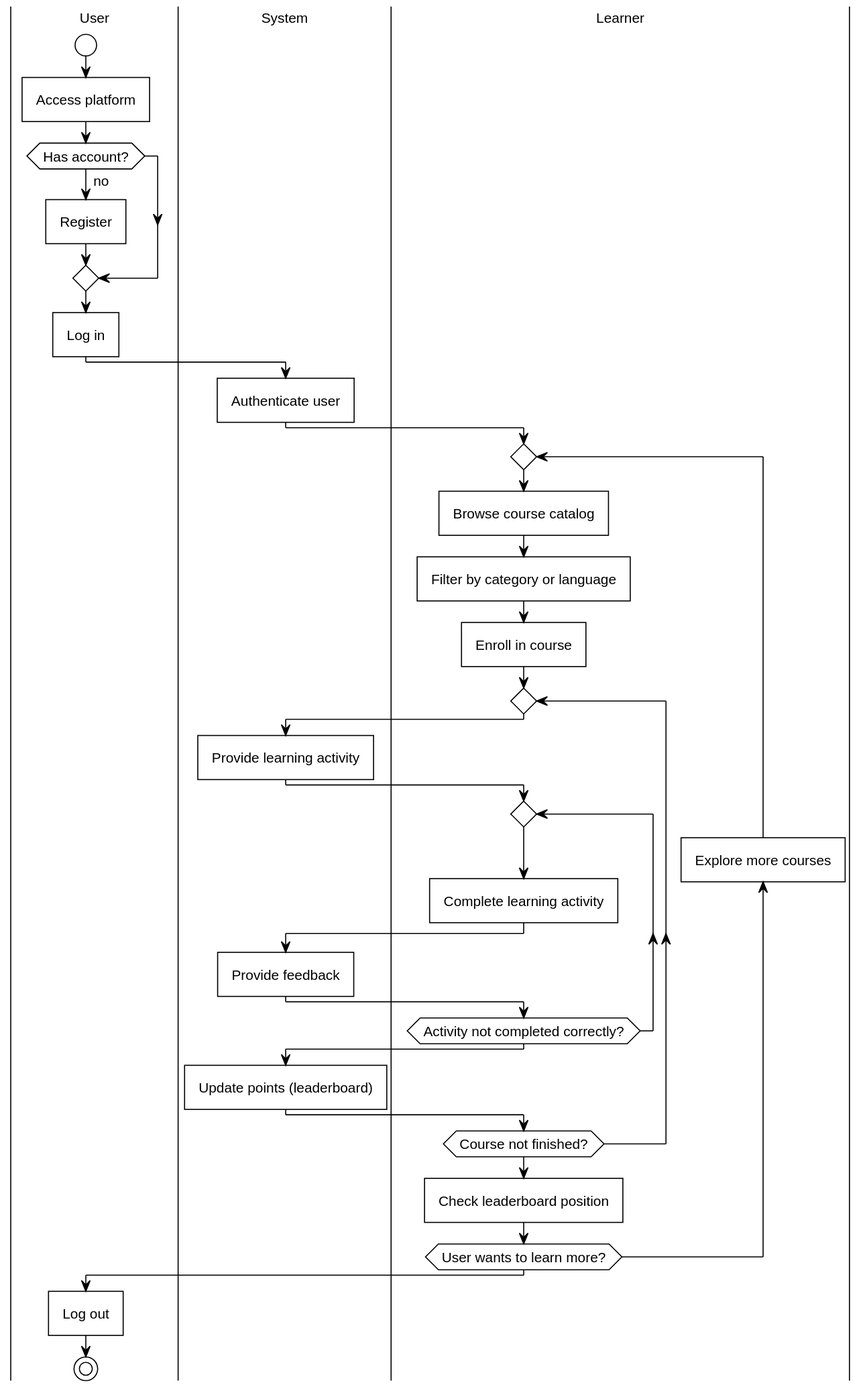
The PlantUML diagram out/Analysis/ActivityDIagrams/PlatformWorkflow/PlatformWorkflow.svg in SEPCheesecakeFactory/SEP3, before a commit.
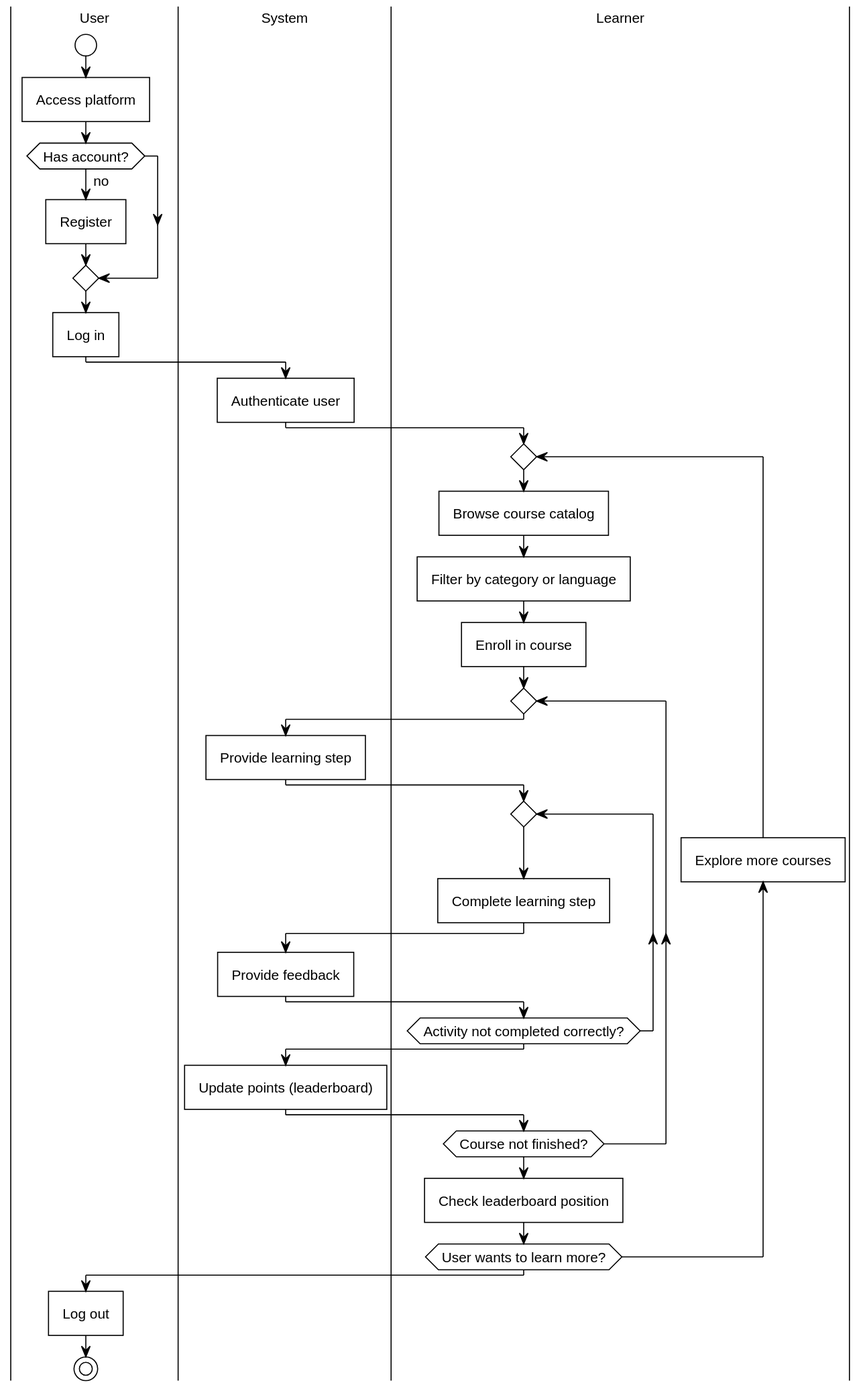
The same diagram one commit later.

The edit, as a diff of the source:
```diff
@@ -16,10 +16,10 @@
     :Enroll in course;
     repeat
         |System|
-        :Provide learning activity;
+        :Provide learning step;
         |Learner|
         repeat
-        :Complete learning activity;
+        :Complete learning step;
         |System|
         :Provide feedback;
         |Learner|
```
